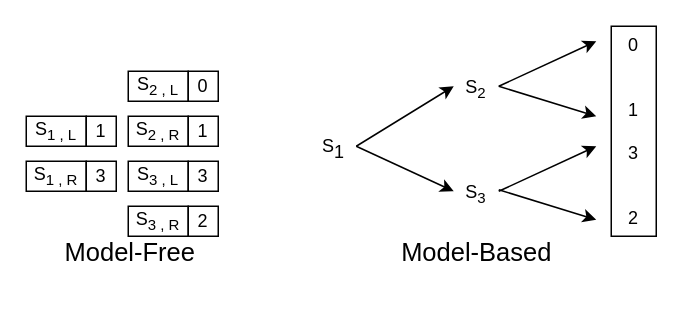
Earlier version of the draw.io diagram maze_model_free.drawio (felixstillger/draw_io). Source tidied: cells renumbered, new cells numbered last; positions are measured from the earlier drawing's top-left corner, leaving out a move shared by most shapes. Both pictures are drawn from the tidied source at 150%, with x=0, y=0 at pixel (26, 26).
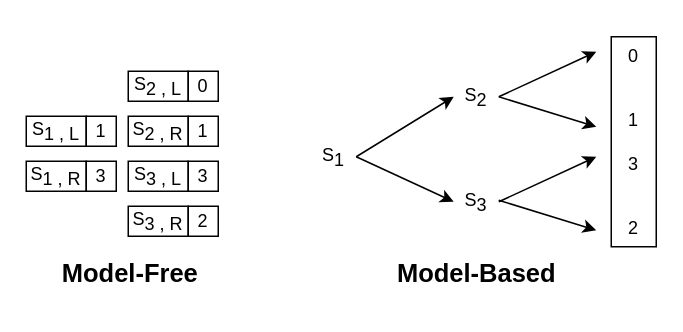
The same page after the edit.

The edit, as a diff of the source:
```diff
@@
-    <mxCell id="2" value="S&lt;sub&gt;1 , L&lt;/sub&gt;" style="rounded=0;whiteSpace=wrap;html=1;fontSize=12;" parent="1" vertex="1">
+    <mxCell id="2" value="S&lt;sub style=&quot;font-size: 12px;&quot;&gt;1 , L&lt;/sub&gt;" style="rounded=0;whiteSpace=wrap;html=1;fontSize=12;fontFamily=Helvetica;" parent="1" vertex="1">
       <mxGeometry y="60" width="40" height="20" as="geometry" />
     </mxCell>
-    <mxCell id="3" value="S&lt;sub&gt;1 , R&lt;/sub&gt;" style="rounded=0;whiteSpace=wrap;html=1;fontSize=12;" parent="1" vertex="1">
+    <mxCell id="3" value="S&lt;sub style=&quot;font-size: 12px;&quot;&gt;1 , R&lt;/sub&gt;" style="rounded=0;whiteSpace=wrap;html=1;fontSize=12;fontFamily=Helvetica;" parent="1" vertex="1">
       <mxGeometry y="90" width="40" height="20" as="geometry" />
     </mxCell>
-    <mxCell id="4" value="S&lt;sub&gt;2 , L&lt;/sub&gt;" style="rounded=0;whiteSpace=wrap;html=1;fontSize=12;" parent="1" vertex="1">
+    <mxCell id="4" value="S&lt;sub style=&quot;font-size: 12px;&quot;&gt;2 , L&lt;/sub&gt;" style="rounded=0;whiteSpace=wrap;html=1;fontSize=12;fontFamily=Helvetica;" parent="1" vertex="1">
       <mxGeometry x="68" y="30" width="40" height="20" as="geometry" />
     </mxCell>
-    <mxCell id="5" value="S&lt;sub&gt;2&amp;nbsp;, R&lt;/sub&gt;" style="rounded=0;whiteSpace=wrap;html=1;fontSize=12;" parent="1" vertex="1">
+    <mxCell id="5" value="S&lt;sub style=&quot;font-size: 12px;&quot;&gt;2&amp;nbsp;, R&lt;/sub&gt;" style="rounded=0;whiteSpace=wrap;html=1;fontSize=12;fontFamily=Helvetica;" parent="1" vertex="1">
       <mxGeometry x="68" y="60" width="40" height="20" as="geometry" />
     </mxCell>
-    <mxCell id="6" value="S&lt;sub&gt;3&amp;nbsp;, L&lt;/sub&gt;" style="rounded=0;whiteSpace=wrap;html=1;fontSize=12;" parent="1" vertex="1">
+    <mxCell id="6" value="S&lt;sub style=&quot;font-size: 12px;&quot;&gt;3&amp;nbsp;, L&lt;/sub&gt;" style="rounded=0;whiteSpace=wrap;html=1;fontSize=12;fontFamily=Helvetica;" parent="1" vertex="1">
       <mxGeometry x="68" y="90" width="40" height="20" as="geometry" />
     </mxCell>
-    <mxCell id="7" value="S&lt;sub&gt;3&amp;nbsp;, R&lt;/sub&gt;" style="rounded=0;whiteSpace=wrap;html=1;fontSize=12;" parent="1" vertex="1">
+    <mxCell id="7" value="S&lt;sub style=&quot;font-size: 12px;&quot;&gt;3&amp;nbsp;, R&lt;/sub&gt;" style="rounded=0;whiteSpace=wrap;html=1;fontSize=12;fontFamily=Helvetica;" parent="1" vertex="1">
       <mxGeometry x="68" y="120" width="40" height="20" as="geometry" />
     </mxCell>
-    <mxCell id="8" value="1" style="whiteSpace=wrap;html=1;fontSize=12;" parent="1" vertex="1">
+    <mxCell id="8" value="1" style="whiteSpace=wrap;html=1;fontSize=12;fontFamily=Helvetica;" parent="1" vertex="1">
       <mxGeometry x="40" y="60" width="20" height="20" as="geometry" />
     </mxCell>
-    <mxCell id="9" value="3" style="whiteSpace=wrap;html=1;fontSize=12;" parent="1" vertex="1">
+    <mxCell id="9" value="3" style="whiteSpace=wrap;html=1;fontSize=12;fontFamily=Helvetica;" parent="1" vertex="1">
       <mxGeometry x="40" y="90" width="20" height="20" as="geometry" />
     </mxCell>
-    <mxCell id="10" value="0" style="whiteSpace=wrap;html=1;fontSize=12;" parent="1" vertex="1">
+    <mxCell id="10" value="0" style="whiteSpace=wrap;html=1;fontSize=12;fontFamily=Helvetica;" parent="1" vertex="1">
       <mxGeometry x="108" y="30" width="20" height="20" as="geometry" />
     </mxCell>
-    <mxCell id="11" value="1" style="whiteSpace=wrap;html=1;fontSize=12;" parent="1" vertex="1">
+    <mxCell id="11" value="1" style="whiteSpace=wrap;html=1;fontSize=12;fontFamily=Helvetica;" parent="1" vertex="1">
       <mxGeometry x="108" y="60" width="20" height="20" as="geometry" />
     </mxCell>
-    <mxCell id="12" value="3" style="whiteSpace=wrap;html=1;fontSize=12;" parent="1" vertex="1">
+    <mxCell id="12" value="3" style="whiteSpace=wrap;html=1;fontSize=12;fontFamily=Helvetica;" parent="1" vertex="1">
       <mxGeometry x="108" y="90" width="20" height="20" as="geometry" />
     </mxCell>
-    <mxCell id="13" value="2" style="whiteSpace=wrap;html=1;fontSize=12;" parent="1" vertex="1">
+    <mxCell id="13" value="2" style="whiteSpace=wrap;html=1;fontSize=12;fontFamily=Helvetica;" parent="1" vertex="1">
       <mxGeometry x="108" y="120" width="20" height="20" as="geometry" />
     </mxCell>
-    <mxCell id="14" value="&lt;font style=&quot;font-size: 17px; font-weight: normal;&quot;&gt;Model-Free&lt;/font&gt;" style="text;strokeColor=none;fillColor=none;html=1;fontSize=24;fontStyle=1;verticalAlign=middle;align=center;" parent="1" vertex="1">
-      <mxGeometry x="19" y="129" width="100" height="40" as="geometry" />
+    <mxCell id="14" value="&lt;font style=&quot;font-size: 17px;&quot;&gt;Model-Free&lt;/font&gt;" style="text;strokeColor=none;fillColor=none;html=1;fontSize=17;fontStyle=1;verticalAlign=middle;align=center;fontFamily=Helvetica;" parent="1" vertex="1">
+      <mxGeometry x="19" y="146" width="100" height="40" as="geometry" />
     </mxCell>
-    <mxCell id="15" value="&lt;font style=&quot;font-size: 17px; font-weight: normal;&quot;&gt;Model-Based&lt;/font&gt;" style="text;strokeColor=none;fillColor=none;html=1;fontSize=24;fontStyle=1;verticalAlign=middle;align=center;" parent="1" vertex="1">
-      <mxGeometry x="250" y="129" width="100" height="40" as="geometry" />
+    <mxCell id="15" value="&lt;font style=&quot;font-size: 17px;&quot;&gt;Model-Based&lt;/font&gt;" style="text;strokeColor=none;fillColor=none;html=1;fontSize=12;fontStyle=1;verticalAlign=middle;align=center;fontFamily=Helvetica;" parent="1" vertex="1">
+      <mxGeometry x="250" y="146" width="100" height="40" as="geometry" />
     </mxCell>
-    <mxCell id="16" value="&lt;font style=&quot;font-size: 12px;&quot;&gt;S&lt;/font&gt;&lt;sub style=&quot;font-size: 12px;&quot;&gt;&lt;font style=&quot;font-size: 12px;&quot;&gt;1&lt;/font&gt;&lt;br&gt;&lt;/sub&gt;" style="text;html=1;strokeColor=none;fillColor=none;align=center;verticalAlign=middle;whiteSpace=wrap;rounded=0;fontSize=17;" parent="1" vertex="1">
-      <mxGeometry x="190" y="70" width="30" height="20" as="geometry" />
+    <mxCell id="16" value="&lt;font style=&quot;font-size: 12px;&quot;&gt;S&lt;/font&gt;&lt;sub style=&quot;font-size: 12px;&quot;&gt;&lt;font style=&quot;font-size: 12px;&quot;&gt;1&lt;/font&gt;&lt;br style=&quot;font-size: 12px;&quot;&gt;&lt;/sub&gt;" style="text;html=1;strokeColor=none;fillColor=none;align=center;verticalAlign=middle;whiteSpace=wrap;rounded=0;fontSize=12;fontFamily=Helvetica;" parent="1" vertex="1">
+      <mxGeometry x="190" y="77" width="30" height="20" as="geometry" />
     </mxCell>
-    <mxCell id="17" value="&lt;span style=&quot;font-size: 12px;&quot;&gt;S&lt;sub&gt;2&lt;/sub&gt;&lt;/span&gt;" style="text;html=1;strokeColor=none;fillColor=none;align=center;verticalAlign=middle;whiteSpace=wrap;rounded=0;fontSize=17;" parent="1" vertex="1">
-      <mxGeometry x="285" y="30" width="30" height="20" as="geometry" />
+    <mxCell id="17" value="&lt;span style=&quot;font-size: 12px;&quot;&gt;S&lt;sub style=&quot;font-size: 12px;&quot;&gt;2&lt;/sub&gt;&lt;/span&gt;" style="text;html=1;strokeColor=none;fillColor=none;align=center;verticalAlign=middle;whiteSpace=wrap;rounded=0;fontSize=12;fontFamily=Helvetica;" parent="1" vertex="1">
+      <mxGeometry x="285" y="37" width="30" height="20" as="geometry" />
     </mxCell>
-    <mxCell id="18" style="endArrow=classic;html=1;rounded=0;fontSize=12;exitX=1;exitY=0.5;exitDx=0;exitDy=0;entryX=0;entryY=0.5;entryDx=0;entryDy=0;" parent="1" edge="1" source="16" target="17">
+    <mxCell id="18" style="endArrow=classic;html=1;rounded=0;fontSize=12;exitX=1;exitY=0.5;exitDx=0;exitDy=0;entryX=0;entryY=0.5;entryDx=0;entryDy=0;fontFamily=Helvetica;" parent="1" edge="1" source="16" target="17">
       <mxGeometry relative="1" as="geometry" />
     </mxCell>
-    <mxCell id="19" style="endArrow=classic;html=1;rounded=0;fontSize=12;exitX=1;exitY=0.5;exitDx=0;exitDy=0;entryX=0;entryY=0.5;entryDx=0;entryDy=0;" parent="1" edge="1" source="16" target="20">
+    <mxCell id="19" style="endArrow=classic;html=1;rounded=0;fontSize=12;exitX=1;exitY=0.5;exitDx=0;exitDy=0;entryX=0;entryY=0.5;entryDx=0;entryDy=0;fontFamily=Helvetica;" parent="1" edge="1" source="16" target="20">
       <mxGeometry relative="1" as="geometry" />
     </mxCell>
-    <mxCell id="20" value="&lt;span style=&quot;font-size: 12px;&quot;&gt;S&lt;sub&gt;3&lt;/sub&gt;&lt;/span&gt;" style="text;html=1;strokeColor=none;fillColor=none;align=center;verticalAlign=middle;whiteSpace=wrap;rounded=0;fontSize=17;" parent="1" vertex="1">
-      <mxGeometry x="285" y="100" width="30" height="20" as="geometry" />
+    <mxCell id="20" value="&lt;span style=&quot;font-size: 12px;&quot;&gt;S&lt;sub style=&quot;font-size: 12px;&quot;&gt;3&lt;/sub&gt;&lt;/span&gt;" style="text;html=1;strokeColor=none;fillColor=none;align=center;verticalAlign=middle;whiteSpace=wrap;rounded=0;fontSize=12;fontFamily=Helvetica;" parent="1" vertex="1">
+      <mxGeometry x="285" y="107" width="30" height="20" as="geometry" />
     </mxCell>
-    <mxCell id="21" style="endArrow=classic;html=1;rounded=0;fontSize=12;exitX=1;exitY=0.5;exitDx=0;exitDy=0;entryX=0;entryY=0.5;entryDx=0;entryDy=0;" parent="1" edge="1">
+    <mxCell id="21" style="endArrow=classic;html=1;rounded=0;fontSize=12;exitX=1;exitY=0.5;exitDx=0;exitDy=0;entryX=0;entryY=0.5;entryDx=0;entryDy=0;fontFamily=Helvetica;" parent="1" edge="1">
       <mxGeometry relative="1" as="geometry">
-        <mxPoint x="315" y="40" as="sourcePoint" />
-        <mxPoint x="380" y="10" as="targetPoint" />
+        <mxPoint x="315" y="47" as="sourcePoint" />
+        <mxPoint x="380" y="17" as="targetPoint" />
       </mxGeometry>
     </mxCell>
-    <mxCell id="22" style="endArrow=classic;html=1;rounded=0;fontSize=12;exitX=1;exitY=0.5;exitDx=0;exitDy=0;entryX=0;entryY=0.5;entryDx=0;entryDy=0;" parent="1" edge="1">
+    <mxCell id="22" style="endArrow=classic;html=1;rounded=0;fontSize=12;exitX=1;exitY=0.5;exitDx=0;exitDy=0;entryX=0;entryY=0.5;entryDx=0;entryDy=0;fontFamily=Helvetica;" parent="1" edge="1">
       <mxGeometry relative="1" as="geometry">
-        <mxPoint x="315" y="40" as="sourcePoint" />
-        <mxPoint x="380" y="60" as="targetPoint" />
+        <mxPoint x="315" y="47" as="sourcePoint" />
+        <mxPoint x="380" y="67" as="targetPoint" />
       </mxGeometry>
     </mxCell>
-    <mxCell id="23" style="endArrow=classic;html=1;rounded=0;fontSize=12;exitX=1;exitY=0.5;exitDx=0;exitDy=0;entryX=0;entryY=0.5;entryDx=0;entryDy=0;" parent="1" edge="1">
+    <mxCell id="23" style="endArrow=classic;html=1;rounded=0;fontSize=12;exitX=1;exitY=0.5;exitDx=0;exitDy=0;entryX=0;entryY=0.5;entryDx=0;entryDy=0;fontFamily=Helvetica;" parent="1" edge="1">
       <mxGeometry relative="1" as="geometry">
-        <mxPoint x="315" y="110" as="sourcePoint" />
-        <mxPoint x="380" y="80" as="targetPoint" />
+        <mxPoint x="315" y="117" as="sourcePoint" />
+        <mxPoint x="380" y="87" as="targetPoint" />
       </mxGeometry>
     </mxCell>
-    <mxCell id="24" style="endArrow=classic;html=1;rounded=0;fontSize=12;exitX=1;exitY=0.5;exitDx=0;exitDy=0;entryX=0;entryY=0.5;entryDx=0;entryDy=0;" parent="1" edge="1">
+    <mxCell id="24" style="endArrow=classic;html=1;rounded=0;fontSize=12;exitX=1;exitY=0.5;exitDx=0;exitDy=0;entryX=0;entryY=0.5;entryDx=0;entryDy=0;fontFamily=Helvetica;" parent="1" edge="1">
       <mxGeometry relative="1" as="geometry">
-        <mxPoint x="315" y="109" as="sourcePoint" />
-        <mxPoint x="380" y="129" as="targetPoint" />
+        <mxPoint x="315" y="116" as="sourcePoint" />
+        <mxPoint x="380" y="136" as="targetPoint" />
       </mxGeometry>
     </mxCell>
-    <mxCell id="25" value="0&lt;br&gt;&lt;br&gt;&lt;br&gt;1&lt;br&gt;&lt;br&gt;3&lt;br&gt;&lt;br&gt;&lt;br&gt;2&lt;br&gt;" style="rounded=0;whiteSpace=wrap;html=1;fontSize=12;" parent="1" vertex="1">
-      <mxGeometry x="390" width="30" height="140" as="geometry" />
+    <mxCell id="25" value="0&lt;br style=&quot;font-size: 12px;&quot;&gt;&lt;br style=&quot;font-size: 12px;&quot;&gt;&lt;br style=&quot;font-size: 12px;&quot;&gt;1&lt;br style=&quot;font-size: 12px;&quot;&gt;&lt;br style=&quot;font-size: 12px;&quot;&gt;3&lt;br style=&quot;font-size: 12px;&quot;&gt;&lt;br style=&quot;font-size: 12px;&quot;&gt;&lt;br style=&quot;font-size: 12px;&quot;&gt;2&lt;br style=&quot;font-size: 12px;&quot;&gt;" style="rounded=0;whiteSpace=wrap;html=1;fontSize=12;fontFamily=Helvetica;" parent="1" vertex="1">
+      <mxGeometry x="390" y="7" width="30" height="140" as="geometry" />
     </mxCell>
```
